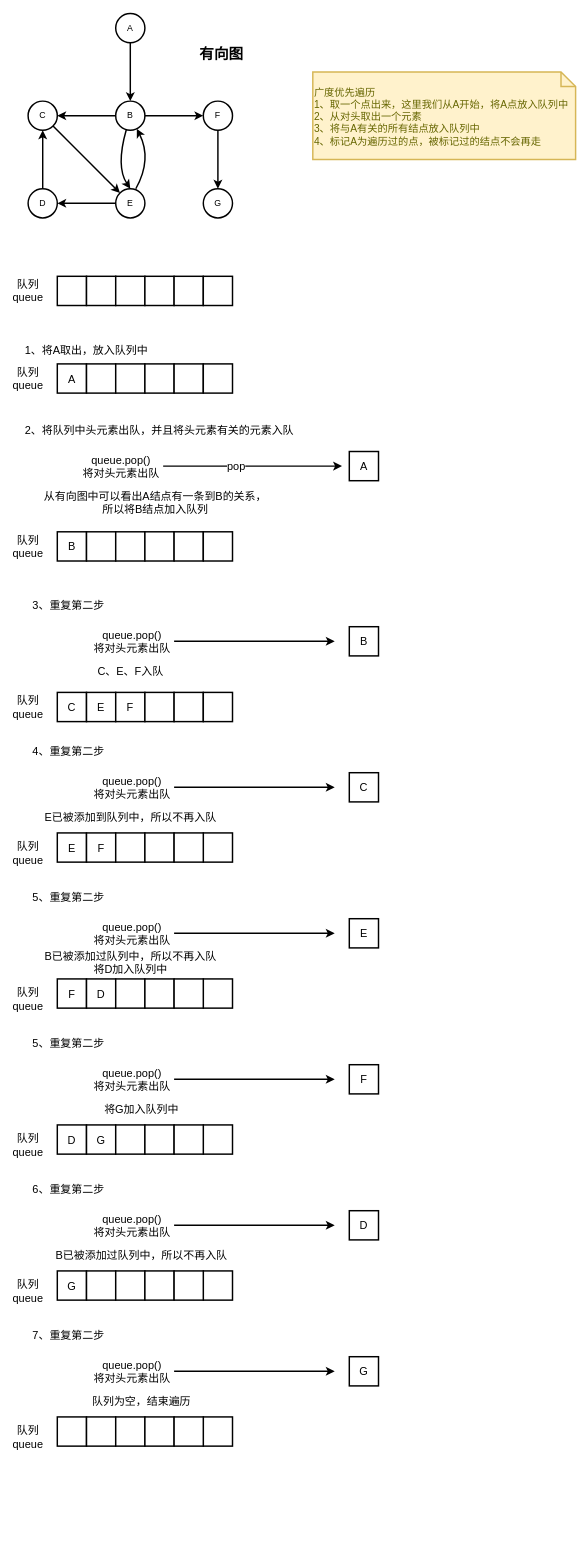
The draw.io diagram page "图形结构的遍历" (3 of 3) of 数据结构与算法/图结构.drawio in LiHuiBin1995/study-java, before the edit. Source tidied: cells renumbered, new cells numbered last; positions are measured from the earlier drawing's top-left corner, leaving out a move shared by most shapes. Both pictures are drawn from the tidied source at 73%, with x=0, y=0 at pixel (13, 13).
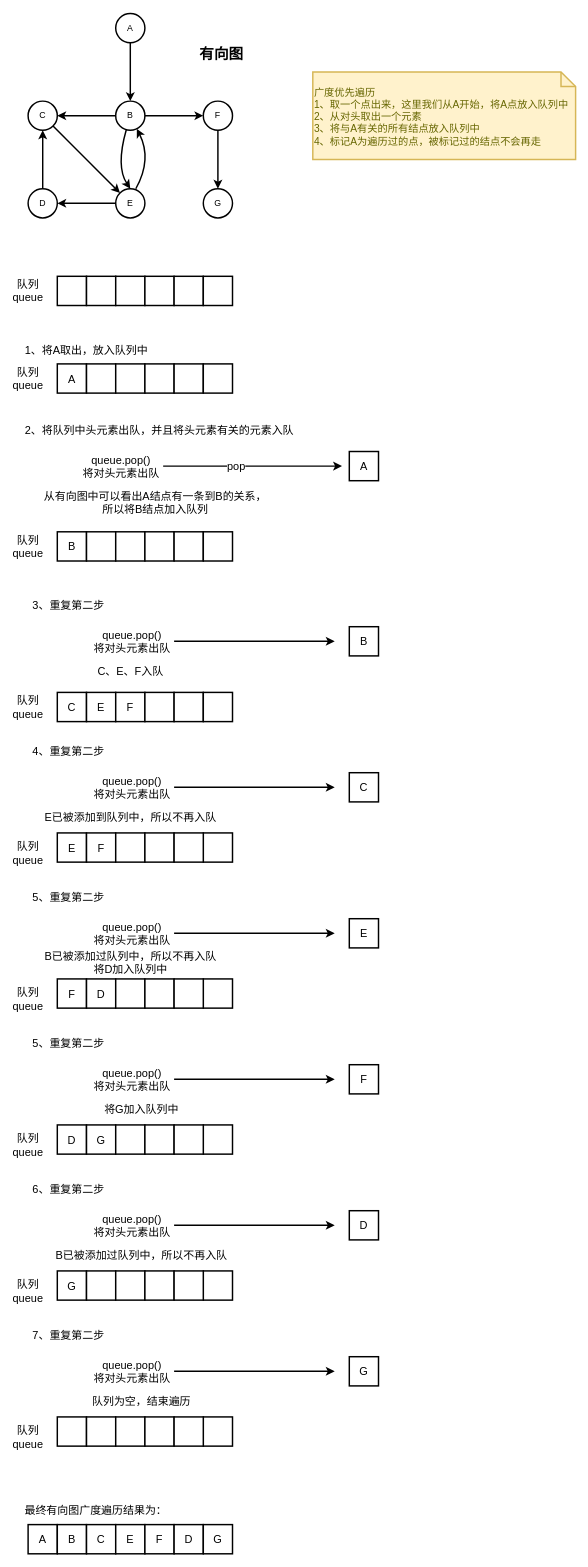
Above is the later version.

Commit message:
更新图结构.drawio

Change to the diagram source:
```diff
@@
+    <mxCell id="120" value="最终有向图广度遍历结果为：" style="text;html=1;strokeColor=none;fillColor=none;align=center;verticalAlign=middle;whiteSpace=wrap;rounded=0;labelBackgroundColor=none;fontSize=15;fontColor=#000000;" parent="1" vertex="1">
+      <mxGeometry y="2040" width="226" height="20" as="geometry" />
+    </mxCell>
+    <mxCell id="121" value="A" style="rounded=0;whiteSpace=wrap;html=1;labelBackgroundColor=none;fontSize=15;fontColor=#000000;strokeWidth=2;" parent="1" vertex="1">
+      <mxGeometry x="20" y="2070" width="40" height="40" as="geometry" />
+    </mxCell>
+    <mxCell id="122" value="B" style="rounded=0;whiteSpace=wrap;html=1;labelBackgroundColor=none;fontSize=15;fontColor=#000000;strokeWidth=2;" parent="1" vertex="1">
+      <mxGeometry x="60" y="2070" width="40" height="40" as="geometry" />
+    </mxCell>
+    <mxCell id="123" value="C" style="rounded=0;whiteSpace=wrap;html=1;labelBackgroundColor=none;fontSize=15;fontColor=#000000;strokeWidth=2;" parent="1" vertex="1">
+      <mxGeometry x="100" y="2070" width="40" height="40" as="geometry" />
+    </mxCell>
+    <mxCell id="124" value="E" style="rounded=0;whiteSpace=wrap;html=1;labelBackgroundColor=none;fontSize=15;fontColor=#000000;strokeWidth=2;" parent="1" vertex="1">
+      <mxGeometry x="140" y="2070" width="40" height="40" as="geometry" />
+    </mxCell>
+    <mxCell id="125" value="F" style="rounded=0;whiteSpace=wrap;html=1;labelBackgroundColor=none;fontSize=15;fontColor=#000000;strokeWidth=2;" parent="1" vertex="1">
+      <mxGeometry x="180" y="2070" width="40" height="40" as="geometry" />
+    </mxCell>
+    <mxCell id="126" value="D" style="rounded=0;whiteSpace=wrap;html=1;labelBackgroundColor=none;fontSize=15;fontColor=#000000;strokeWidth=2;" parent="1" vertex="1">
+      <mxGeometry x="220" y="2070" width="40" height="40" as="geometry" />
+    </mxCell>
+    <mxCell id="127" value="G" style="rounded=0;whiteSpace=wrap;html=1;labelBackgroundColor=none;fontSize=15;fontColor=#000000;strokeWidth=2;" parent="1" vertex="1">
+      <mxGeometry x="260" y="2070" width="40" height="40" as="geometry" />
+    </mxCell>
```
